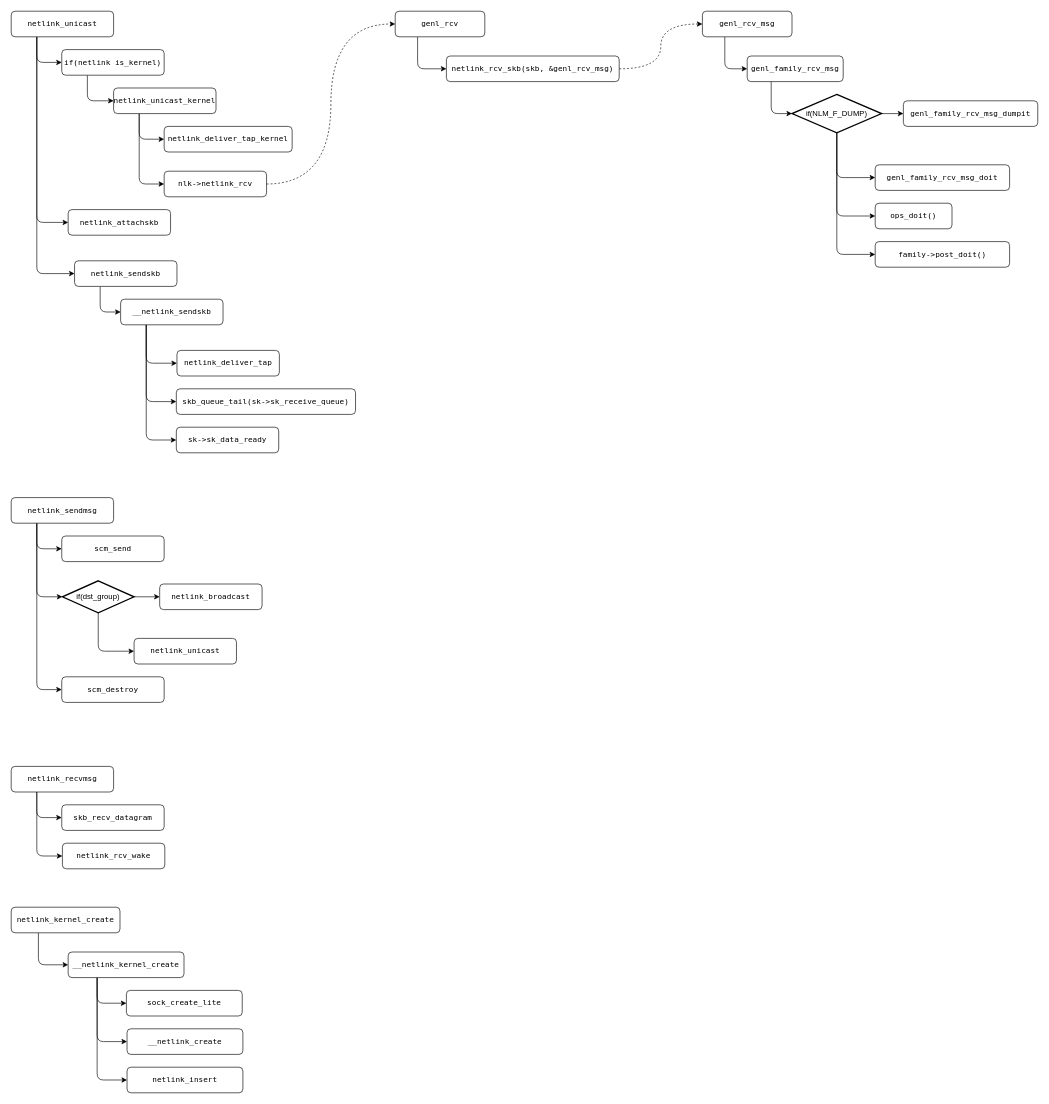
Above: page "第 1 页" (2 of 3) of Netlink.drawio in Aspiresky/draw.io (draw.io), before the change. Source tidied: cells renumbered, new cells numbered last; positions are measured from the earlier drawing's top-left corner, leaving out a move shared by most shapes. Both pictures are drawn from the tidied source at 64%, with x=0, y=0 at pixel (11, 11).
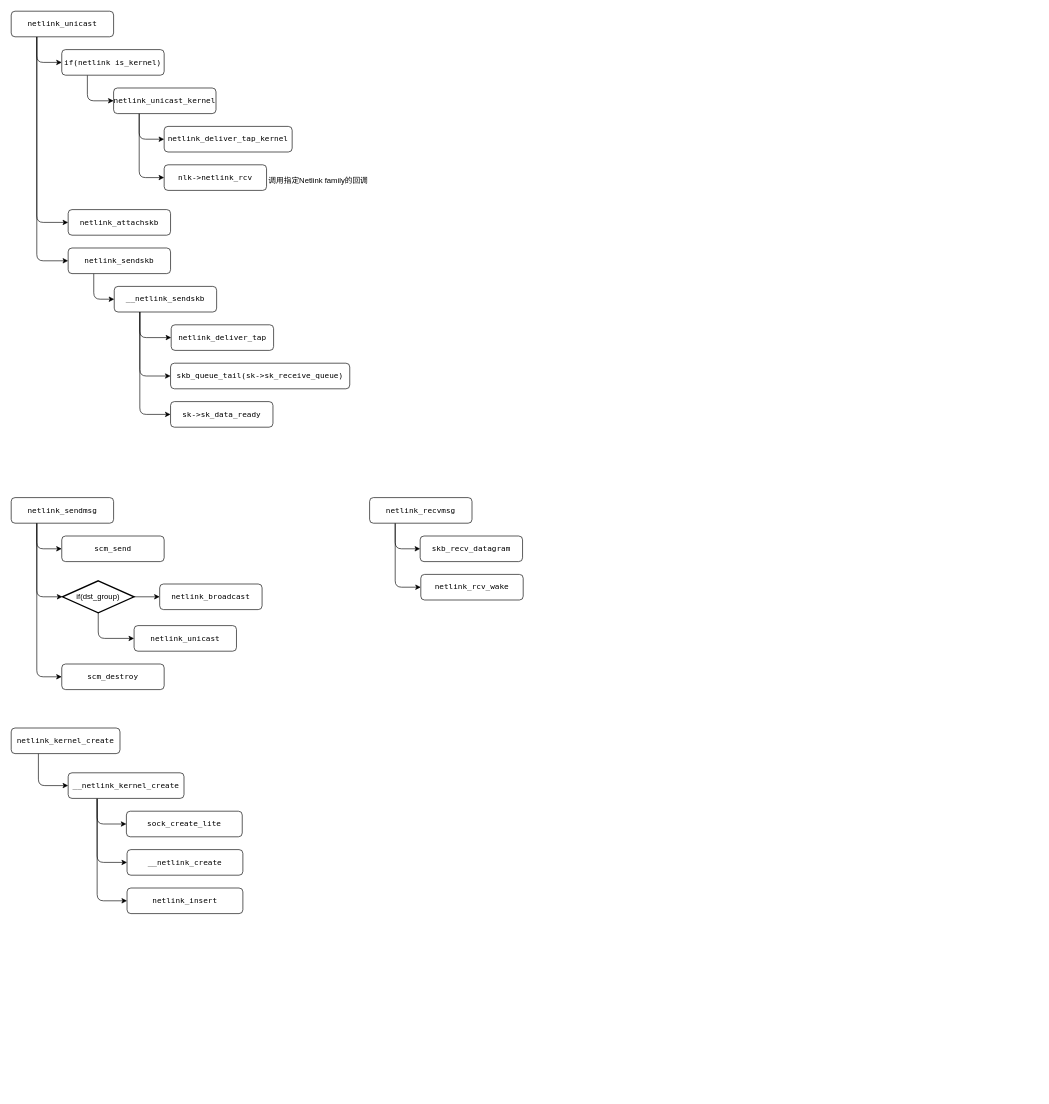
After the change.

Change to the diagram source:
```diff
@@
-    <mxCell id="11" style="edgeStyle=orthogonalEdgeStyle;rounded=0;jettySize=auto;html=1;exitX=1;exitY=0.5;exitDx=0;exitDy=0;entryX=0;entryY=0.5;entryDx=0;entryDy=0;curved=1;dashed=1;" parent="1" edge="1" source="12" target="16">
-      <mxGeometry relative="1" as="geometry" />
-    </mxCell>
     <mxCell id="12" value="nlk-&amp;gt;netlink_rcv" style="rounded=1;whiteSpace=wrap;html=1;fontFamily=Lucida Console;" parent="1" vertex="1">
-      <mxGeometry x="239" y="250" width="160" height="40" as="geometry" />
+      <mxGeometry x="239" y="240" width="160" height="40" as="geometry" />
     </mxCell>
@@
-    <mxCell id="15" style="edgeStyle=orthogonalEdgeStyle;rounded=1;jettySize=auto;html=1;exitX=0.25;exitY=1;exitDx=0;exitDy=0;entryX=0;entryY=0.5;entryDx=0;entryDy=0;curved=0;" parent="1" edge="1" source="16" target="27">
-      <mxGeometry relative="1" as="geometry" />
-    </mxCell>
-    <mxCell id="16" value="genl_rcv" style="rounded=1;whiteSpace=wrap;html=1;fontFamily=Lucida Console;" parent="1" vertex="1">
-      <mxGeometry x="600" width="140" height="40" as="geometry" />
-    </mxCell>
@@
     <mxCell id="20" value="__netlink_sendskb" style="rounded=1;whiteSpace=wrap;html=1;fontFamily=Lucida Console;" parent="1" vertex="1">
-      <mxGeometry x="171" y="450" width="160" height="40" as="geometry" />
+      <mxGeometry x="161" y="430" width="160" height="40" as="geometry" />
     </mxCell>
@@
     <mxCell id="22" value="netlink_sendskb" style="rounded=1;whiteSpace=wrap;html=1;fontFamily=Lucida Console;" parent="1" vertex="1">
-      <mxGeometry x="99" y="390" width="160" height="40" as="geometry" />
+      <mxGeometry x="89" y="370" width="160" height="40" as="geometry" />
     </mxCell>
     <mxCell id="23" value="skb_queue_tail(sk-&amp;gt;sk_receive_queue)" style="rounded=1;whiteSpace=wrap;html=1;fontFamily=Lucida Console;" parent="1" vertex="1">
-      <mxGeometry x="258" y="590" width="280" height="40" as="geometry" />
+      <mxGeometry x="249" y="550" width="280" height="40" as="geometry" />
     </mxCell>
     <mxCell id="24" value="sk-&amp;gt;sk_data_ready" style="rounded=1;whiteSpace=wrap;html=1;fontFamily=Lucida Console;" parent="1" vertex="1">
-      <mxGeometry x="258" y="650" width="160" height="40" as="geometry" />
+      <mxGeometry x="249" y="610" width="160" height="40" as="geometry" />
     </mxCell>
     <mxCell id="25" value="netlink_deliver_tap" style="rounded=1;whiteSpace=wrap;html=1;fontFamily=Lucida Console;" parent="1" vertex="1">
-      <mxGeometry x="259" y="530" width="160" height="40" as="geometry" />
+      <mxGeometry x="250" y="490" width="160" height="40" as="geometry" />
     </mxCell>
-    <mxCell id="26" style="edgeStyle=orthogonalEdgeStyle;rounded=0;jettySize=auto;html=1;exitX=1;exitY=0.5;exitDx=0;exitDy=0;entryX=0;entryY=0.5;entryDx=0;entryDy=0;curved=1;dashed=1;" parent="1" edge="1" source="27" target="29">
-      <mxGeometry relative="1" as="geometry" />
-    </mxCell>
-    <mxCell id="27" value="netlink_rcv_skb(skb, &amp;amp;genl_rcv_msg)" style="rounded=1;whiteSpace=wrap;html=1;fontFamily=Lucida Console;" parent="1" vertex="1">
-      <mxGeometry x="680" y="70" width="270" height="40" as="geometry" />
-    </mxCell>
-    <mxCell id="28" style="edgeStyle=orthogonalEdgeStyle;rounded=1;jettySize=auto;html=1;exitX=0.25;exitY=1;exitDx=0;exitDy=0;entryX=0;entryY=0.5;entryDx=0;entryDy=0;curved=0;" parent="1" edge="1" source="29" target="32">
-      <mxGeometry relative="1" as="geometry" />
-    </mxCell>
-    <mxCell id="29" value="genl_rcv_msg" style="rounded=1;whiteSpace=wrap;html=1;fontFamily=Lucida Console;" parent="1" vertex="1">
-      <mxGeometry x="1080" width="140" height="40" as="geometry" />
-    </mxCell>
-    <mxCell id="30" value="genl_family_rcv_msg_dumpit" style="rounded=1;whiteSpace=wrap;html=1;fontFamily=Lucida Console;" parent="1" vertex="1">
-      <mxGeometry x="1394" y="140" width="210" height="40" as="geometry" />
-    </mxCell>
-    <mxCell id="31" style="edgeStyle=orthogonalEdgeStyle;rounded=1;jettySize=auto;html=1;exitX=0.25;exitY=1;exitDx=0;exitDy=0;entryX=0;entryY=0.5;entryDx=0;entryDy=0;entryPerimeter=0;curved=0;" parent="1" edge="1" source="32" target="38">
-      <mxGeometry relative="1" as="geometry" />
-    </mxCell>
-    <mxCell id="32" value="genl_family_rcv_msg" style="rounded=1;whiteSpace=wrap;html=1;fontFamily=Lucida Console;" parent="1" vertex="1">
-      <mxGeometry x="1150" y="70" width="150" height="40" as="geometry" />
-    </mxCell>
-    <mxCell id="33" style="edgeStyle=orthogonalEdgeStyle;rounded=0;jettySize=auto;html=1;exitX=1;exitY=0.5;exitDx=0;exitDy=0;entryX=0;entryY=0.5;entryDx=0;entryDy=0;exitPerimeter=0;" parent="1" edge="1" source="38" target="30">
-      <mxGeometry relative="1" as="geometry" />
-    </mxCell>
-    <mxCell id="34" value="genl_family_rcv_msg_doit" style="rounded=1;whiteSpace=wrap;html=1;fontFamily=Lucida Console;" parent="1" vertex="1">
-      <mxGeometry x="1350" y="240" width="210" height="40" as="geometry" />
-    </mxCell>
-    <mxCell id="35" style="edgeStyle=orthogonalEdgeStyle;rounded=1;jettySize=auto;html=1;exitX=0.5;exitY=1;exitDx=0;exitDy=0;exitPerimeter=0;entryX=0;entryY=0.5;entryDx=0;entryDy=0;curved=0;" parent="1" edge="1" source="38" target="34">
-      <mxGeometry relative="1" as="geometry" />
-    </mxCell>
-    <mxCell id="36" style="edgeStyle=orthogonalEdgeStyle;rounded=1;jettySize=auto;html=1;exitX=0.5;exitY=1;exitDx=0;exitDy=0;exitPerimeter=0;entryX=0;entryY=0.5;entryDx=0;entryDy=0;curved=0;" parent="1" edge="1" source="38" target="40">
-      <mxGeometry relative="1" as="geometry" />
-    </mxCell>
-    <mxCell id="37" style="edgeStyle=orthogonalEdgeStyle;rounded=1;jettySize=auto;html=1;exitX=0.5;exitY=1;exitDx=0;exitDy=0;exitPerimeter=0;entryX=0;entryY=0.5;entryDx=0;entryDy=0;curved=0;" parent="1" edge="1" source="38" target="39">
-      <mxGeometry relative="1" as="geometry" />
-    </mxCell>
-    <mxCell id="38" value="if(NLM_F_DUMP)" style="strokeWidth=2;html=1;shape=mxgraph.flowchart.decision;whiteSpace=wrap;" parent="1" vertex="1">
-      <mxGeometry x="1220" y="130" width="140" height="60" as="geometry" />
-    </mxCell>
-    <mxCell id="39" value="family-&amp;gt;post_doit()" style="rounded=1;whiteSpace=wrap;html=1;fontFamily=Lucida Console;" parent="1" vertex="1">
-      <mxGeometry x="1350" y="360" width="210" height="40" as="geometry" />
-    </mxCell>
-    <mxCell id="40" value="ops_doit()" style="rounded=1;whiteSpace=wrap;html=1;fontFamily=Lucida Console;" parent="1" vertex="1">
-      <mxGeometry x="1350" y="300" width="120" height="40" as="geometry" />
-    </mxCell>
@@
     <mxCell id="50" value="netlink_unicast" style="rounded=1;whiteSpace=wrap;html=1;fontFamily=Lucida Console;" parent="1" vertex="1">
-      <mxGeometry x="192" y="980" width="160" height="40" as="geometry" />
+      <mxGeometry x="192" y="960" width="160" height="40" as="geometry" />
     </mxCell>
@@
     <mxCell id="53" value="netlink_recvmsg" style="rounded=1;whiteSpace=wrap;html=1;fontFamily=Lucida Console;" parent="1" vertex="1">
-      <mxGeometry y="1180" width="160" height="40" as="geometry" />
+      <mxGeometry x="560" y="760" width="160" height="40" as="geometry" />
     </mxCell>
     <mxCell id="54" value="skb_recv_datagram" style="rounded=1;whiteSpace=wrap;html=1;fontFamily=Lucida Console;" parent="1" vertex="1">
-      <mxGeometry x="79" y="1240" width="160" height="40" as="geometry" />
+      <mxGeometry x="639" y="820" width="160" height="40" as="geometry" />
     </mxCell>
     <mxCell id="55" value="netlink_rcv_wake" style="rounded=1;whiteSpace=wrap;html=1;fontFamily=Lucida Console;" parent="1" vertex="1">
-      <mxGeometry x="80" y="1300" width="160" height="40" as="geometry" />
+      <mxGeometry x="640" y="880" width="160" height="40" as="geometry" />
     </mxCell>
     <mxCell id="56" value="scm_destroy" style="rounded=1;whiteSpace=wrap;html=1;fontFamily=Lucida Console;" parent="1" vertex="1">
-      <mxGeometry x="79" y="1040" width="160" height="40" as="geometry" />
+      <mxGeometry x="79" y="1020" width="160" height="40" as="geometry" />
     </mxCell>
@@
     <mxCell id="59" value="netlink_kernel_create" style="rounded=1;whiteSpace=wrap;html=1;fontFamily=Lucida Console;" parent="1" vertex="1">
-      <mxGeometry y="1400" width="170" height="40" as="geometry" />
+      <mxGeometry y="1120" width="170" height="40" as="geometry" />
     </mxCell>
     <mxCell id="60" value="sock_create_lite" style="rounded=1;whiteSpace=wrap;html=1;fontFamily=Lucida Console;" parent="1" vertex="1">
-      <mxGeometry x="180" y="1530" width="181" height="40" as="geometry" />
+      <mxGeometry x="180" y="1250" width="181" height="40" as="geometry" />
     </mxCell>
@@
     <mxCell id="63" value="__netlink_kernel_create" style="rounded=1;whiteSpace=wrap;html=1;fontFamily=Lucida Console;" parent="1" vertex="1">
-      <mxGeometry x="89" y="1470" width="181" height="40" as="geometry" />
+      <mxGeometry x="89" y="1190" width="181" height="40" as="geometry" />
     </mxCell>
     <mxCell id="64" value="__netlink_create" style="rounded=1;whiteSpace=wrap;html=1;fontFamily=Lucida Console;" parent="1" vertex="1">
-      <mxGeometry x="181" y="1590" width="181" height="40" as="geometry" />
+      <mxGeometry x="181" y="1310" width="181" height="40" as="geometry" />
     </mxCell>
     <mxCell id="65" value="netlink_insert" style="rounded=1;whiteSpace=wrap;html=1;fontFamily=Lucida Console;" parent="1" vertex="1">
-      <mxGeometry x="181" y="1650" width="181" height="40" as="geometry" />
+      <mxGeometry x="181" y="1370" width="181" height="40" as="geometry" />
     </mxCell>
+    <mxCell id="66" value="调用指定Netlink family的回调" style="text;html=1;strokeColor=none;fillColor=none;align=center;verticalAlign=middle;whiteSpace=wrap;rounded=0;" parent="1" vertex="1">
+      <mxGeometry x="400" y="250" width="160" height="30" as="geometry" />
+    </mxCell>
```
